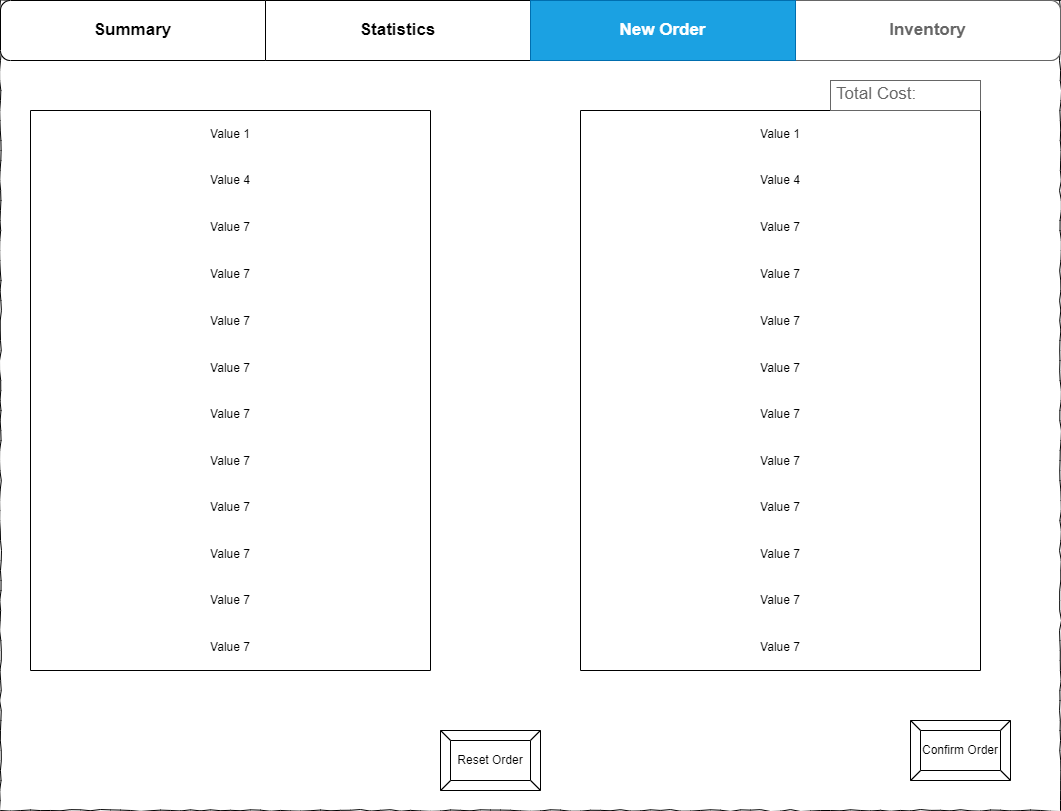
Above: NewOrderScreenWireframe.png in aidie8/QT-PilotProgram (draw.io), before the change. Source tidied: cells renumbered, new cells last; positions are measured from the earlier drawing's top-left corner, leaving out a move shared by most shapes.
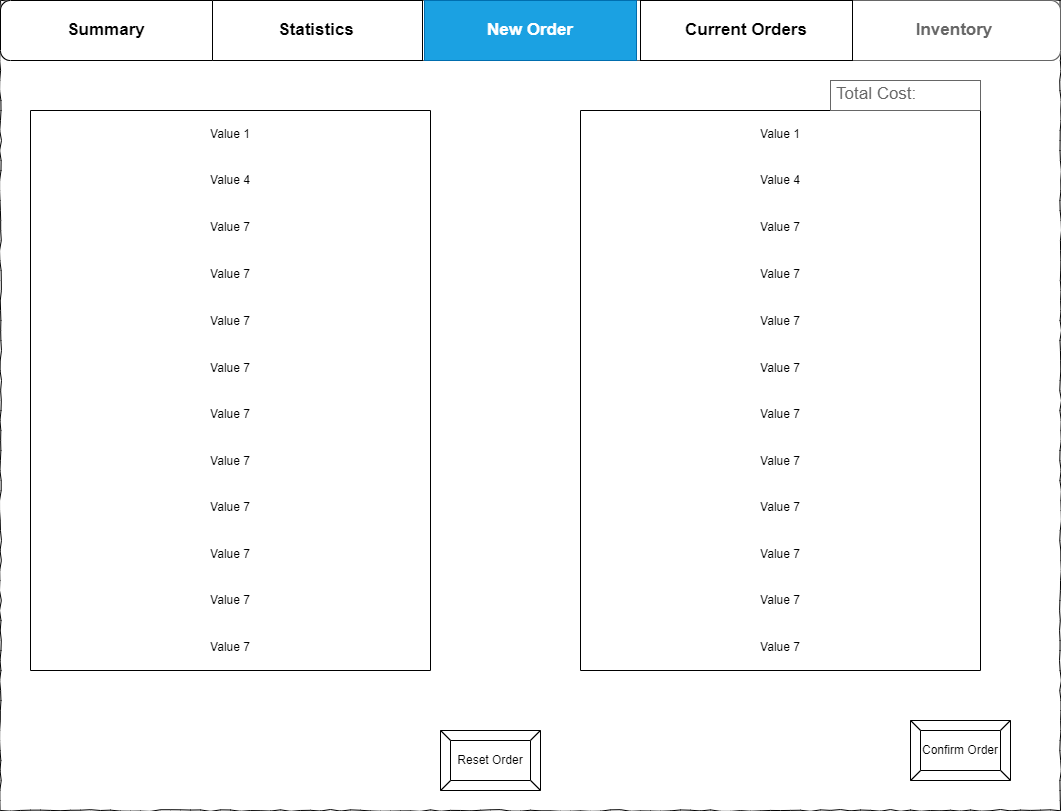
The same diagram one commit later.

Commit message:
Update NewOrderScreenWireframe-Added Current Orders tab.png

The edit, as a diff of the source:
```diff
@@ -9,23 +9,29 @@
       <mxGeometry width="1060" height="60" as="geometry" />
     </mxCell>
     <mxCell id="4" value="Statistics" style="strokeWidth=1;shadow=0;dashed=0;align=center;html=1;shape=mxgraph.mockup.rrect;rSize=0;fontSize=17;fontStyle=1;whiteSpace=wrap;" parent="3" vertex="1">
-      <mxGeometry x="1" width="265" height="60" relative="1" as="geometry">
-        <mxPoint x="-795" as="offset" />
+      <mxGeometry x="1" width="212" height="60" relative="1" as="geometry">
+        <mxPoint x="-850" as="offset" />
       </mxGeometry>
     </mxCell>
     <mxCell id="5" value="Summary" style="strokeWidth=1;shadow=0;dashed=0;align=center;html=1;shape=mxgraph.mockup.leftButton;rSize=10;fontSize=17;fontStyle=1;whiteSpace=wrap;" parent="3" vertex="1">
-      <mxGeometry width="265" height="60" relative="1" as="geometry" />
+      <mxGeometry width="212" height="60" relative="1" as="geometry" />
     </mxCell>
     <mxCell id="6" value="Inventory" style="strokeColor=inherit;fillColor=inherit;gradientColor=inherit;strokeWidth=1;shadow=0;dashed=0;align=center;html=1;shape=mxgraph.mockup.rightButton;rSize=10;fontSize=17;fontColor=#666666;fontStyle=1;whiteSpace=wrap;" parent="3" vertex="1">
-      <mxGeometry width="265" height="60" relative="1" as="geometry">
-        <mxPoint x="795" as="offset" />
+      <mxGeometry width="212" height="60" relative="1" as="geometry">
+        <mxPoint x="848" as="offset" />
       </mxGeometry>
     </mxCell>
     <mxCell id="7" value="New Order" style="strokeWidth=1;shadow=0;dashed=0;align=center;html=1;shape=mxgraph.mockup.rrect;rSize=0;fontSize=17;fontStyle=1;whiteSpace=wrap;fillColor=#1ba1e2;fontColor=#ffffff;strokeColor=#006EAF;" parent="3" vertex="1">
-      <mxGeometry width="265" height="60" relative="1" as="geometry">
-        <mxPoint x="530" as="offset" />
+      <mxGeometry width="212" height="60" relative="1" as="geometry">
+        <mxPoint x="424" as="offset" />
       </mxGeometry>
     </mxCell>
+    <mxCell id="61" value="Current Orders" style="strokeWidth=1;shadow=0;dashed=0;align=center;html=1;shape=mxgraph.mockup.rrect;rSize=0;fontSize=17;fontStyle=1;whiteSpace=wrap;" parent="3" vertex="1">
+      <mxGeometry x="640" width="212" height="60" as="geometry" />
+    </mxCell>
+    <mxCell id="62" value="Current Orders" style="strokeWidth=1;shadow=0;dashed=0;align=center;html=1;shape=mxgraph.mockup.rrect;rSize=0;fontSize=17;fontStyle=1;whiteSpace=wrap;" parent="3" vertex="1">
+      <mxGeometry x="640" width="212" height="60" as="geometry" />
+    </mxCell>
     <mxCell id="8" style="shape=table;html=1;whiteSpace=wrap;startSize=0;columnLines=0;rowLines=0;fontSize=16;strokeColor=default;" parent="1" vertex="1">
       <mxGeometry x="30" y="110" width="400" height="560" as="geometry" />
     </mxCell>
```
